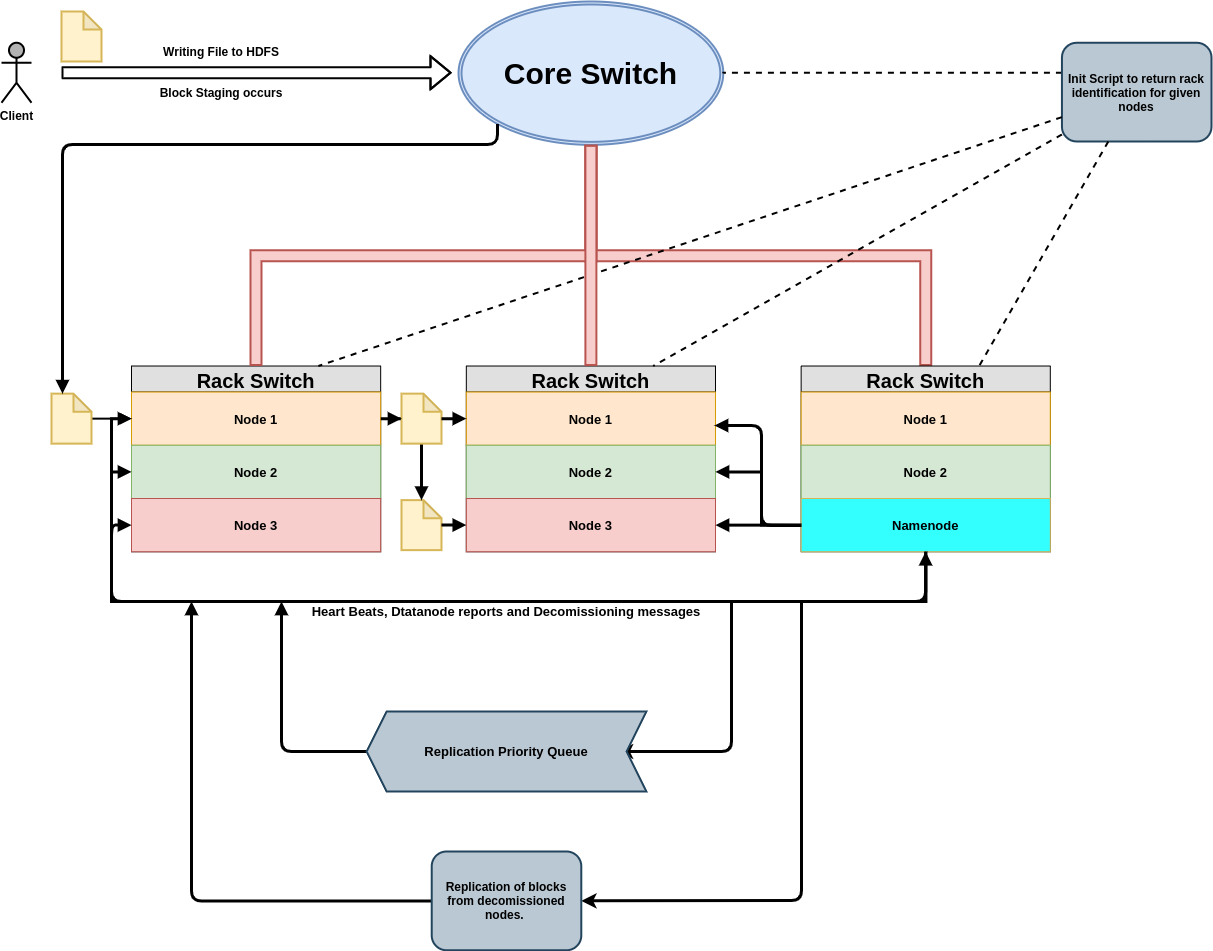
The draw.io diagram images/Hadoop-Mapping-Actual.png in Gituser143/HDFS-Sim, before a commit. Source tidied: cells renumbered, new cells last; positions are measured from the earlier drawing's top-left corner, leaving out a move shared by most shapes. Source of this version:
```xml
<mxGraphModel>
  <root>
    <mxCell id="0" />
    <mxCell id="1" parent="0" />
    <mxCell id="2" value="Core Switch" style="ellipse;shape=doubleEllipse;margin=3;whiteSpace=wrap;html=1;align=center;strokeColor=#6c8ebf;strokeWidth=2;fillColor=#dae8fc;fontStyle=1;fontSize=30;" parent="1" vertex="1">
      <mxGeometry x="457" width="264.7" height="143.3" as="geometry" />
    </mxCell>
    <mxCell id="3" style="rounded=0;jettySize=auto;html=1;entryX=0.5;entryY=0;entryDx=0;entryDy=0;strokeWidth=2;strokeColor=#b85450;shape=flexArrow;startArrow=none;startFill=0;edgeStyle=elbowEdgeStyle;elbow=vertical;endArrow=none;endFill=0;shadow=0;comic=0;fillColor=#f8cecc;fontStyle=1;" parent="1" edge="1" source="2" target="24">
      <mxGeometry relative="1" as="geometry" />
    </mxCell>
    <mxCell id="4" style="edgeStyle=elbowEdgeStyle;rounded=0;comic=0;jettySize=auto;elbow=vertical;html=1;entryX=1;entryY=0.5;entryDx=0;entryDy=0;shadow=0;startArrow=none;startFill=0;endArrow=none;endFill=0;strokeColor=#000000;strokeWidth=2;fillColor=#CCCCCC;dashed=1;fontStyle=1;" parent="1" edge="1" source="5" target="2">
      <mxGeometry relative="1" as="geometry" />
    </mxCell>
    <mxCell id="5" value="Init Script to return rack identification for given nodes" style="rounded=1;whiteSpace=wrap;html=1;strokeWidth=2;fillColor=#bac8d3;strokeColor=#23445d;fontStyle=1;" parent="1" vertex="1">
      <mxGeometry x="1060.4" y="41.2" width="149.6" height="98.8" as="geometry" />
    </mxCell>
    <mxCell id="6" style="group;fontStyle=1;fontSize=20;" parent="1" vertex="1">
      <mxGeometry x="130" y="364.5" width="249.2" height="225.7" as="geometry" />
    </mxCell>
    <mxCell id="7" value="Rack Switch" style="swimlane;fontStyle=1;horizontal=1;startSize=26;fillColor=#e0e0e0;swimlaneFillColor=#ffffff;align=center;fontSize=20;" parent="6" vertex="1">
      <mxGeometry width="249.2" height="185.7" as="geometry" />
    </mxCell>
    <mxCell id="8" value="Node 1" style="text;strokeColor=#d79b00;fillColor=#ffe6cc;spacingLeft=4;spacingRight=4;overflow=hidden;points=[[0,0.5],[1,0.5]];portConstraint=eastwest;fontSize=13;align=center;verticalAlign=middle;fontStyle=1;" parent="7" vertex="1">
      <mxGeometry y="26" width="249.2" height="53.2" as="geometry" />
    </mxCell>
    <mxCell id="9" value="Node 2" style="text;strokeColor=#82b366;fillColor=#d5e8d4;spacingLeft=4;spacingRight=4;overflow=hidden;points=[[0,0.5],[1,0.5]];portConstraint=eastwest;fontSize=13;align=center;verticalAlign=middle;fontStyle=1;" parent="7" vertex="1">
      <mxGeometry y="79.2" width="249.2" height="53.2" as="geometry" />
    </mxCell>
    <mxCell id="10" value="Node 3" style="text;strokeColor=#b85450;fillColor=#f8cecc;spacingLeft=4;spacingRight=4;overflow=hidden;points=[[0,0.5],[1,0.5]];portConstraint=eastwest;fontSize=13;align=center;verticalAlign=middle;fontStyle=1;" parent="7" vertex="1">
      <mxGeometry y="132.5" width="249.2" height="53.2" as="geometry" />
    </mxCell>
    <mxCell id="11" style="rounded=0;jettySize=auto;html=1;strokeWidth=2;strokeColor=#b85450;shape=flexArrow;startArrow=none;startFill=0;edgeStyle=elbowEdgeStyle;elbow=vertical;endArrow=none;endFill=0;shadow=0;comic=0;fillColor=#f8cecc;fontStyle=1;" parent="1" edge="1" source="2" target="7">
      <mxGeometry relative="1" as="geometry" />
    </mxCell>
    <mxCell id="12" style="rounded=0;comic=0;jettySize=auto;elbow=vertical;html=1;entryX=0.75;entryY=0;entryDx=0;entryDy=0;shadow=0;dashed=1;startArrow=none;startFill=0;endArrow=none;endFill=0;strokeColor=#000000;strokeWidth=2;fillColor=#CCCCCC;fontStyle=1;" parent="1" edge="1" source="5" target="7">
      <mxGeometry relative="1" as="geometry" />
    </mxCell>
    <mxCell id="13" value="Client" style="shape=umlActor;verticalLabelPosition=bottom;labelBackgroundColor=#ffffff;verticalAlign=top;html=1;strokeColor=#000000;strokeWidth=2;fillColor=#B3B3B3;fontStyle=1;" parent="1" vertex="1">
      <mxGeometry y="41.2" width="30" height="60" as="geometry" />
    </mxCell>
    <mxCell id="14" style="shape=flexArrow;endArrow=classic;html=1;shadow=0;strokeColor=#000000;strokeWidth=2;fillColor=#FFFFFF;fontStyle=1;" parent="1" edge="1">
      <mxGeometry relative="1" as="geometry">
        <mxPoint x="60" y="71.2" as="sourcePoint" />
        <mxPoint x="450" y="71.2" as="targetPoint" />
        <Array as="points">
          <mxPoint x="250" y="71.2" />
        </Array>
      </mxGeometry>
    </mxCell>
    <mxCell id="15" style="shape=note;whiteSpace=wrap;html=1;backgroundOutline=1;darkOpacity=0.05;strokeColor=#d6b656;strokeWidth=2;fillColor=#fff2cc;size=18;fontStyle=1;" parent="1" vertex="1">
      <mxGeometry x="60" y="10" width="40" height="50" as="geometry" />
    </mxCell>
    <mxCell id="16" style="edgeStyle=none;rounded=0;comic=0;jettySize=auto;html=1;entryX=0;entryY=0.5;entryDx=0;entryDy=0;shadow=0;startArrow=none;startFill=0;endArrow=block;endFill=1;strokeColor=#000000;strokeWidth=2;fillColor=#FFFFFF;fontStyle=1;" parent="1" edge="1" source="17" target="8">
      <mxGeometry relative="1" as="geometry" />
    </mxCell>
    <mxCell id="17" style="shape=note;whiteSpace=wrap;html=1;backgroundOutline=1;darkOpacity=0.05;strokeColor=#d6b656;strokeWidth=2;fillColor=#fff2cc;size=18;fontStyle=1;" parent="1" vertex="1">
      <mxGeometry x="50" y="392.1" width="40" height="50" as="geometry" />
    </mxCell>
    <mxCell id="18" style="edgeStyle=orthogonalEdgeStyle;rounded=1;comic=0;jettySize=auto;html=1;exitX=0;exitY=1;exitDx=0;exitDy=0;entryX=0;entryY=0;entryDx=11;entryDy=0;entryPerimeter=0;shadow=0;startArrow=none;startFill=0;endArrow=block;endFill=1;strokeColor=#000000;strokeWidth=3;fillColor=#FFFFFF;fontStyle=1;" parent="1" edge="1" source="2" target="17">
      <mxGeometry relative="1" as="geometry">
        <Array as="points">
          <mxPoint x="496" y="143" />
          <mxPoint x="61" y="143" />
        </Array>
      </mxGeometry>
    </mxCell>
    <mxCell id="19" style="shape=note;whiteSpace=wrap;html=1;backgroundOutline=1;darkOpacity=0.05;strokeColor=#d6b656;strokeWidth=2;fillColor=#fff2cc;size=18;fontStyle=1;" parent="1" vertex="1">
      <mxGeometry x="400" y="498.6" width="40" height="50" as="geometry" />
    </mxCell>
    <mxCell id="20" style="edgeStyle=orthogonalEdgeStyle;rounded=0;comic=0;jettySize=auto;html=1;entryX=0.5;entryY=0;entryDx=0;entryDy=0;entryPerimeter=0;shadow=0;startArrow=none;startFill=0;endArrow=block;endFill=1;strokeColor=#000000;strokeWidth=3;fillColor=#FFFFFF;fontStyle=1;" parent="1" edge="1" source="21" target="19">
      <mxGeometry relative="1" as="geometry" />
    </mxCell>
    <mxCell id="21" style="shape=note;whiteSpace=wrap;html=1;backgroundOutline=1;darkOpacity=0.05;strokeColor=#d6b656;strokeWidth=2;fillColor=#fff2cc;size=18;fontStyle=1;" parent="1" vertex="1">
      <mxGeometry x="400" y="392.1" width="40" height="50" as="geometry" />
    </mxCell>
    <mxCell id="22" style="edgeStyle=orthogonalEdgeStyle;rounded=0;comic=0;jettySize=auto;html=1;exitX=1;exitY=0.5;exitDx=0;exitDy=0;shadow=0;startArrow=none;startFill=0;endArrow=block;endFill=1;strokeColor=#000000;strokeWidth=3;fillColor=#FFFFFF;fontStyle=1;" parent="1" edge="1" source="8" target="21">
      <mxGeometry relative="1" as="geometry" />
    </mxCell>
    <mxCell id="23" style="group;fontStyle=1;" parent="1" vertex="1">
      <mxGeometry x="799.6" y="364.5" width="249.2" height="185.7" as="geometry" />
    </mxCell>
    <mxCell id="24" value="Rack Switch" style="swimlane;fontStyle=1;horizontal=1;startSize=26;fillColor=#e0e0e0;swimlaneFillColor=#ffffff;align=center;fontSize=20;" parent="23" vertex="1">
      <mxGeometry width="249.2" height="185.7" as="geometry" />
    </mxCell>
    <mxCell id="25" value="Node 1" style="text;strokeColor=#d79b00;fillColor=#ffe6cc;spacingLeft=4;spacingRight=4;overflow=hidden;fontSize=13;align=center;verticalAlign=middle;fontStyle=1;" parent="24" vertex="1">
      <mxGeometry y="26" width="249.2" height="53.2" as="geometry" />
    </mxCell>
    <mxCell id="26" value="Node 2" style="text;strokeColor=#82b366;fillColor=#d5e8d4;spacingLeft=4;spacingRight=4;overflow=hidden;fontSize=13;align=center;verticalAlign=middle;fontStyle=1;" parent="24" vertex="1">
      <mxGeometry y="79.2" width="249.2" height="53.2" as="geometry" />
    </mxCell>
    <mxCell id="27" value="Namenode" style="text;strokeColor=#d6b656;fillColor=#33FFFF;spacingLeft=4;spacingRight=4;overflow=hidden;points=[[0,0.5],[1,0.5]];portConstraint=eastwest;fontSize=13;align=center;verticalAlign=middle;fontStyle=1;" parent="24" vertex="1">
      <mxGeometry y="132.5" width="249.2" height="53.2" as="geometry" />
    </mxCell>
    <mxCell id="28" style="edgeStyle=none;rounded=0;comic=0;jettySize=auto;html=1;shadow=0;dashed=1;startArrow=none;startFill=0;endArrow=none;endFill=0;strokeColor=#000000;strokeWidth=2;fillColor=#CCCCCC;fontStyle=1;" parent="1" edge="1" source="5" target="24">
      <mxGeometry relative="1" as="geometry" />
    </mxCell>
    <mxCell id="29" style="group;fontStyle=1;fontSize=20;" parent="1" vertex="1">
      <mxGeometry x="464.8" y="364.5" width="249.2" height="185.7" as="geometry" />
    </mxCell>
    <mxCell id="30" value="Rack Switch" style="swimlane;fontStyle=1;horizontal=1;startSize=26;fillColor=#e0e0e0;swimlaneFillColor=#ffffff;align=center;fontSize=20;" parent="29" vertex="1">
      <mxGeometry width="249.2" height="185.7" as="geometry" />
    </mxCell>
    <mxCell id="31" value="Node 1" style="text;strokeColor=#d79b00;fillColor=#ffe6cc;spacingLeft=4;spacingRight=4;overflow=hidden;points=[[0,0.5],[1,0.5]];portConstraint=eastwest;fontSize=13;align=center;verticalAlign=middle;fontStyle=1;" parent="30" vertex="1">
      <mxGeometry y="26" width="249.2" height="53.2" as="geometry" />
    </mxCell>
    <mxCell id="32" value="Node 2" style="text;strokeColor=#82b366;fillColor=#d5e8d4;spacingLeft=4;spacingRight=4;overflow=hidden;points=[[0,0.5],[1,0.5]];portConstraint=eastwest;fontSize=13;align=center;verticalAlign=middle;fontStyle=1;" parent="30" vertex="1">
      <mxGeometry y="79.2" width="249.2" height="53.2" as="geometry" />
    </mxCell>
    <mxCell id="33" value="Node 3" style="text;strokeColor=#b85450;fillColor=#f8cecc;spacingLeft=4;spacingRight=4;overflow=hidden;points=[[0,0.5],[1,0.5]];portConstraint=eastwest;fontSize=13;align=center;verticalAlign=middle;fontStyle=1;" parent="30" vertex="1">
      <mxGeometry y="132.5" width="249.2" height="53.2" as="geometry" />
    </mxCell>
    <mxCell id="34" style="edgeStyle=orthogonalEdgeStyle;rounded=0;comic=0;jettySize=auto;html=1;shadow=0;startArrow=none;startFill=0;endArrow=block;endFill=1;strokeColor=#000000;strokeWidth=3;fillColor=#FFFFFF;fontStyle=1;" parent="1" edge="1" source="21" target="31">
      <mxGeometry relative="1" as="geometry" />
    </mxCell>
    <mxCell id="35" style="edgeStyle=orthogonalEdgeStyle;rounded=0;comic=0;jettySize=auto;html=1;shadow=0;startArrow=none;startFill=0;endArrow=block;endFill=1;strokeColor=#000000;strokeWidth=3;fillColor=#FFFFFF;fontStyle=1;" parent="1" edge="1" source="19" target="33">
      <mxGeometry relative="1" as="geometry" />
    </mxCell>
    <mxCell id="36" style="rounded=0;jettySize=auto;html=1;entryX=0.5;entryY=0;entryDx=0;entryDy=0;strokeWidth=2;strokeColor=#b85450;shape=flexArrow;startArrow=none;startFill=0;edgeStyle=elbowEdgeStyle;elbow=vertical;endArrow=none;endFill=0;shadow=0;comic=0;fillColor=#f8cecc;fontStyle=1;" parent="1" edge="1" source="2" target="30">
      <mxGeometry relative="1" as="geometry" />
    </mxCell>
    <mxCell id="37" style="edgeStyle=none;rounded=0;comic=0;jettySize=auto;html=1;entryX=0.75;entryY=0;entryDx=0;entryDy=0;shadow=0;dashed=1;startArrow=none;startFill=0;endArrow=none;endFill=0;strokeColor=#000000;strokeWidth=2;fillColor=#CCCCCC;fontStyle=1;" parent="1" edge="1" source="5" target="30">
      <mxGeometry relative="1" as="geometry" />
    </mxCell>
    <mxCell id="38" value="Writing File to HDFS" style="text;html=1;strokeColor=none;fillColor=none;align=center;verticalAlign=middle;whiteSpace=wrap;rounded=0;fontStyle=1;" parent="1" vertex="1">
      <mxGeometry x="160" y="40" width="120" height="20" as="geometry" />
    </mxCell>
    <mxCell id="39" style="rounded=1;comic=0;jettySize=auto;html=1;shadow=0;startArrow=none;startFill=0;endArrow=block;endFill=1;strokeColor=#000000;strokeWidth=3;fillColor=#FFFFFF;fontSize=13;entryX=0.996;entryY=0.629;entryDx=0;entryDy=0;entryPerimeter=0;edgeStyle=orthogonalEdgeStyle;" parent="1" edge="1" target="31">
      <mxGeometry relative="1" as="geometry">
        <mxPoint x="799.6" y="524" as="sourcePoint" />
        <Array as="points">
          <mxPoint x="760" y="524" />
          <mxPoint x="760" y="424" />
        </Array>
      </mxGeometry>
    </mxCell>
    <mxCell id="40" style="edgeStyle=orthogonalEdgeStyle;rounded=0;comic=0;jettySize=auto;html=1;entryX=1;entryY=0.5;entryDx=0;entryDy=0;shadow=0;startArrow=none;startFill=0;endArrow=block;endFill=1;strokeColor=#000000;strokeWidth=3;fillColor=#FFFFFF;fontSize=13;exitX=0;exitY=0.5;exitDx=0;exitDy=0;" parent="1" edge="1" source="27" target="32">
      <mxGeometry relative="1" as="geometry">
        <Array as="points">
          <mxPoint x="760" y="524" />
          <mxPoint x="760" y="470" />
        </Array>
      </mxGeometry>
    </mxCell>
    <mxCell id="41" style="edgeStyle=orthogonalEdgeStyle;rounded=0;comic=0;jettySize=auto;html=1;entryX=1;entryY=0.5;entryDx=0;entryDy=0;shadow=0;startArrow=none;startFill=0;endArrow=block;endFill=1;strokeColor=#000000;strokeWidth=3;fillColor=#FFFFFF;fontSize=13;" parent="1" edge="1" source="27" target="33">
      <mxGeometry relative="1" as="geometry" />
    </mxCell>
    <mxCell id="42" style="edgeStyle=orthogonalEdgeStyle;rounded=0;comic=0;jettySize=auto;html=1;entryX=0;entryY=0.5;entryDx=0;entryDy=0;shadow=0;startArrow=none;startFill=0;endArrow=block;endFill=1;strokeColor=#000000;strokeWidth=3;fillColor=#FFFFFF;fontSize=13;" parent="1" edge="1" source="27" target="8">
      <mxGeometry relative="1" as="geometry">
        <Array as="points">
          <mxPoint x="924" y="600" />
          <mxPoint x="110" y="600" />
          <mxPoint x="110" y="417" />
        </Array>
      </mxGeometry>
    </mxCell>
    <mxCell id="43" style="edgeStyle=orthogonalEdgeStyle;rounded=0;comic=0;jettySize=auto;html=1;entryX=0;entryY=0.5;entryDx=0;entryDy=0;shadow=0;startArrow=none;startFill=0;endArrow=block;endFill=1;strokeColor=#000000;strokeWidth=3;fillColor=#FFFFFF;fontSize=13;" parent="1" edge="1" source="27" target="9">
      <mxGeometry relative="1" as="geometry">
        <Array as="points">
          <mxPoint x="924" y="600" />
          <mxPoint x="110" y="600" />
          <mxPoint x="110" y="470" />
        </Array>
      </mxGeometry>
    </mxCell>
    <mxCell id="44" style="edgeStyle=orthogonalEdgeStyle;comic=0;jettySize=auto;html=1;entryX=0;entryY=0.5;entryDx=0;entryDy=0;shadow=0;startArrow=block;startFill=1;endArrow=block;endFill=1;strokeColor=#000000;strokeWidth=3;fillColor=#FFFFFF;fontSize=13;rounded=1;" parent="1" edge="1" source="27" target="10">
      <mxGeometry relative="1" as="geometry">
        <Array as="points">
          <mxPoint x="924" y="600" />
          <mxPoint x="110" y="600" />
          <mxPoint x="110" y="524" />
        </Array>
      </mxGeometry>
    </mxCell>
    <mxCell id="45" value="Heart Beats, Dtatanode reports and Decomissioning messages" style="text;html=1;strokeColor=none;fillColor=none;align=center;verticalAlign=middle;whiteSpace=wrap;rounded=0;fontSize=13;fontStyle=1;" parent="1" vertex="1">
      <mxGeometry x="300" y="600" width="410" height="20" as="geometry" />
    </mxCell>
    <mxCell id="46" style="endArrow=classic;html=1;shadow=0;strokeColor=#000000;strokeWidth=3;fillColor=#FFFFFF;fontSize=13;entryX=0;entryY=0.5;entryDx=0;entryDy=0;" parent="1" edge="1" target="48">
      <mxGeometry relative="1" as="geometry">
        <mxPoint x="730" y="600" as="sourcePoint" />
        <Array as="points">
          <mxPoint x="730" y="750" />
        </Array>
      </mxGeometry>
    </mxCell>
    <mxCell id="47" style="edgeStyle=orthogonalEdgeStyle;comic=0;jettySize=auto;html=1;shadow=0;startArrow=none;startFill=0;endArrow=block;endFill=1;strokeColor=#000000;strokeWidth=3;fillColor=#FFFFFF;fontSize=13;rounded=1;" parent="1" edge="1" source="48">
      <mxGeometry relative="1" as="geometry">
        <mxPoint x="280" y="600" as="targetPoint" />
      </mxGeometry>
    </mxCell>
    <mxCell id="48" value="Replication Priority Queue" style="shape=step;perimeter=stepPerimeter;whiteSpace=wrap;html=1;fixedSize=1;strokeColor=#23445d;strokeWidth=2;fillColor=#bac8d3;fontSize=13;align=center;direction=west;fontStyle=1;" parent="1" vertex="1">
      <mxGeometry x="365" y="710" width="280" height="80" as="geometry" />
    </mxCell>
    <mxCell id="49" style="endArrow=classic;html=1;shadow=0;strokeColor=#000000;strokeWidth=3;fillColor=#FFFFFF;fontSize=13;entryX=1;entryY=0.5;entryDx=0;entryDy=0;" parent="1" edge="1" target="51">
      <mxGeometry relative="1" as="geometry">
        <mxPoint x="800" y="600" as="sourcePoint" />
        <Array as="points">
          <mxPoint x="800" y="899" />
        </Array>
      </mxGeometry>
    </mxCell>
    <mxCell id="50" style="edgeStyle=orthogonalEdgeStyle;comic=0;jettySize=auto;html=1;shadow=0;startArrow=none;startFill=0;endArrow=block;endFill=1;strokeColor=#000000;strokeWidth=3;fillColor=#FFFFFF;fontSize=13;exitX=0;exitY=0.5;exitDx=0;exitDy=0;rounded=1;" parent="1" edge="1" source="51">
      <mxGeometry relative="1" as="geometry">
        <mxPoint x="190" y="600" as="targetPoint" />
      </mxGeometry>
    </mxCell>
    <mxCell id="51" value="Replication of blocks from decomissioned nodes.&amp;nbsp;" style="rounded=1;whiteSpace=wrap;html=1;strokeWidth=2;fillColor=#bac8d3;strokeColor=#23445d;fontStyle=1;" parent="1" vertex="1">
      <mxGeometry x="430.2" y="850" width="149.6" height="98.8" as="geometry" />
    </mxCell>
    <mxCell id="52" value="Block Staging occurs" style="text;html=1;strokeColor=none;fillColor=none;align=center;verticalAlign=middle;whiteSpace=wrap;rounded=0;fontStyle=1;" parent="1" vertex="1">
      <mxGeometry x="150" y="80.6" width="140" height="20" as="geometry" />
    </mxCell>
  </root>
</mxGraphModel>
```
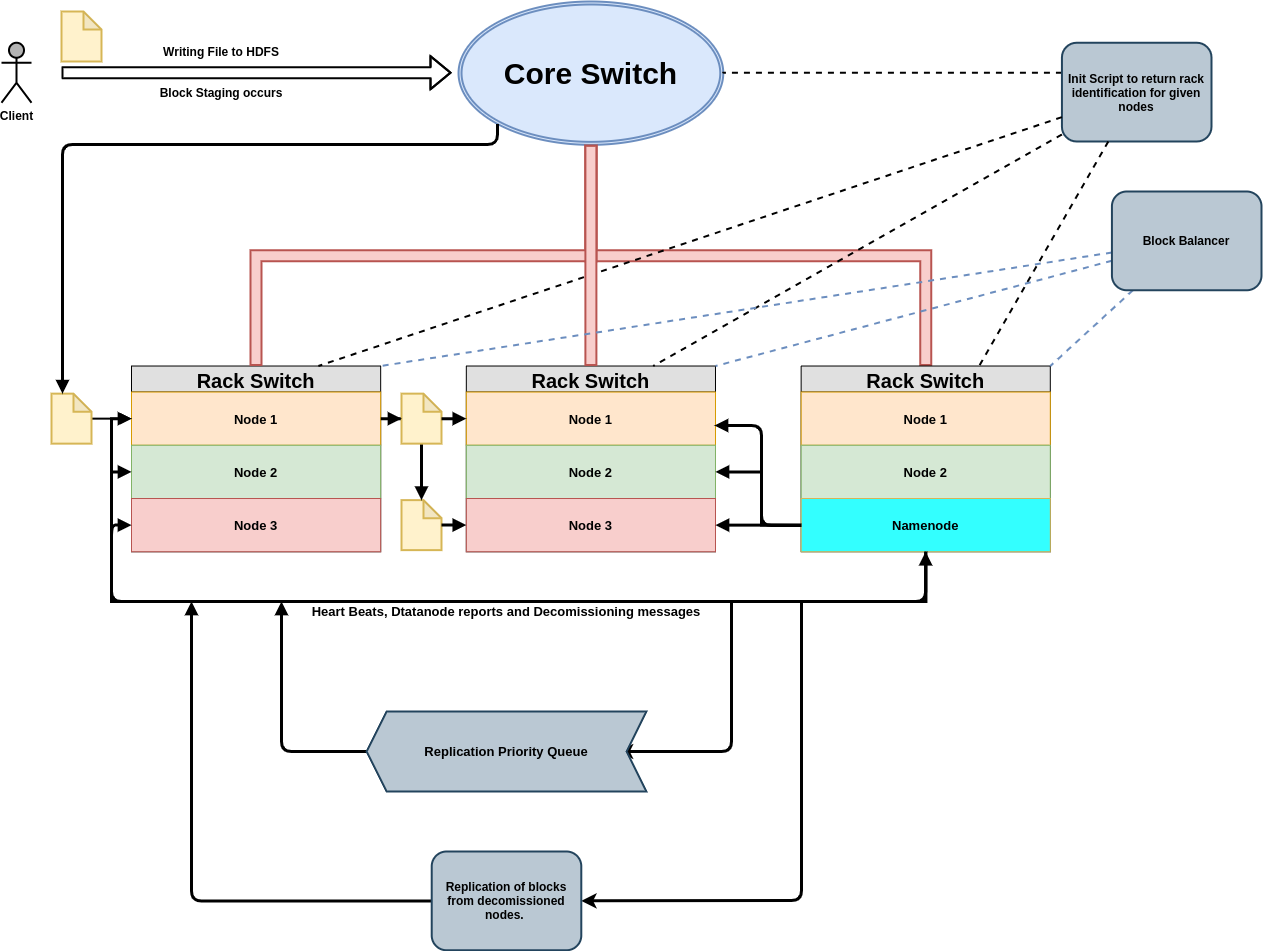
The same diagram one commit later.

Diff of the diagram source:
```diff
@@ -209,5 +209,17 @@
     <mxCell id="52" value="Block Staging occurs" style="text;html=1;strokeColor=none;fillColor=none;align=center;verticalAlign=middle;whiteSpace=wrap;rounded=0;fontStyle=1;" parent="1" vertex="1">
       <mxGeometry x="150" y="80.6" width="140" height="20" as="geometry" />
     </mxCell>
+    <mxCell id="53" style="rounded=0;jettySize=auto;html=1;entryX=1;entryY=0;entryDx=0;entryDy=0;dashed=1;strokeWidth=2;fillColor=#dae8fc;strokeColor=#6c8ebf;endArrow=none;endFill=0;" parent="1" edge="1" source="56" target="7">
+      <mxGeometry relative="1" as="geometry" />
+    </mxCell>
+    <mxCell id="54" style="edgeStyle=none;rounded=0;jettySize=auto;html=1;entryX=1;entryY=0;entryDx=0;entryDy=0;dashed=1;endArrow=none;endFill=0;strokeWidth=2;fillColor=#dae8fc;strokeColor=#6c8ebf;" parent="1" edge="1" source="56" target="30">
+      <mxGeometry relative="1" as="geometry" />
+    </mxCell>
+    <mxCell id="55" style="edgeStyle=none;rounded=0;jettySize=auto;html=1;entryX=1;entryY=0;entryDx=0;entryDy=0;dashed=1;endArrow=none;endFill=0;strokeWidth=2;fillColor=#dae8fc;strokeColor=#6c8ebf;" parent="1" edge="1" source="56" target="24">
+      <mxGeometry relative="1" as="geometry" />
+    </mxCell>
+    <mxCell id="56" value="Block Balancer" style="rounded=1;whiteSpace=wrap;html=1;strokeWidth=2;fillColor=#bac8d3;strokeColor=#23445d;fontStyle=1;" parent="1" vertex="1">
+      <mxGeometry x="1110.4" y="190" width="149.6" height="98.8" as="geometry" />
+    </mxCell>
   </root>
 </mxGraphModel>
```
